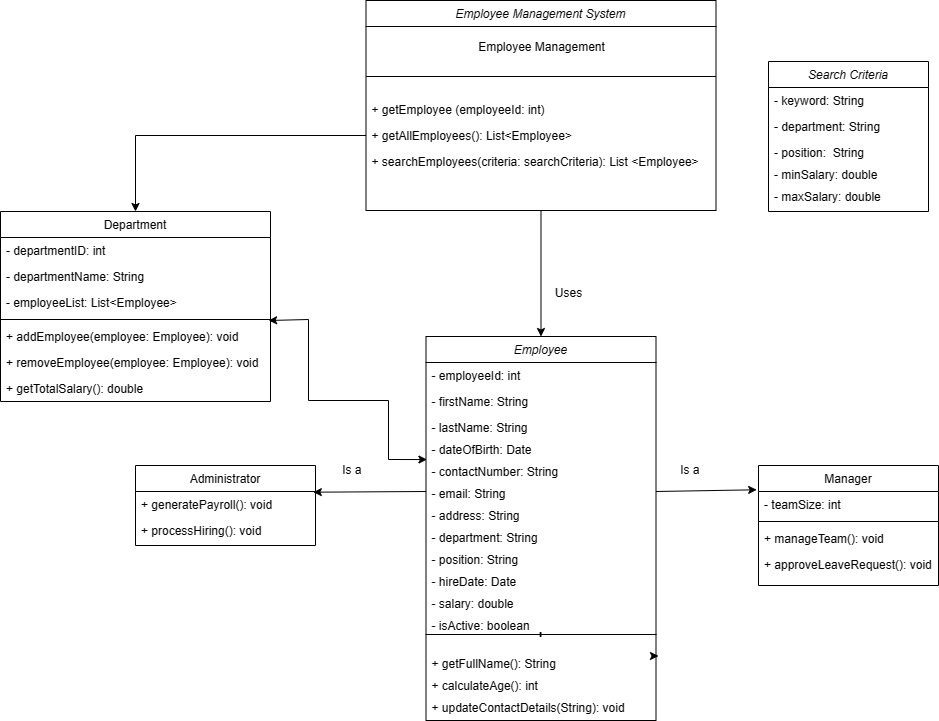
ilten22/SAD keeps this draw.io diagram as Class/classDiagram.drawio.png. Above is the earlier version. Source tidied: cells renumbered, new cells last; positions are measured from the earlier drawing's top-left corner, leaving out a move shared by most shapes.
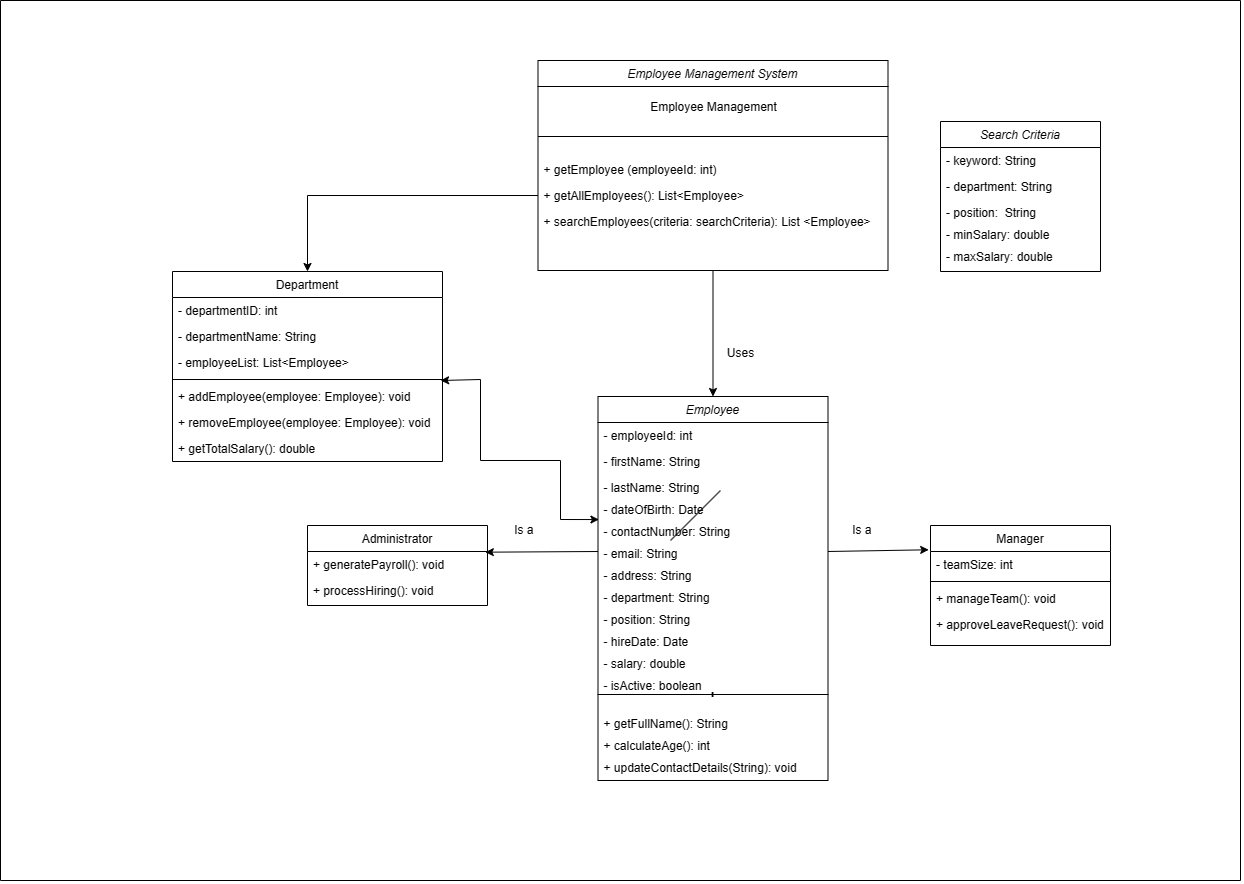
After the commit.

What changed in the source:
```diff
@@ -178,5 +178,35 @@
         </Array>
       </mxGeometry>
     </mxCell>
+    <mxCell id="56" style="endArrow=none;html=1;rounded=0;" parent="1" edge="1">
+      <mxGeometry relative="1" as="geometry">
+        <mxPoint x="498" y="480" as="sourcePoint" />
+        <mxPoint x="548" y="430" as="targetPoint" />
+      </mxGeometry>
+    </mxCell>
+    <mxCell id="57" style="endArrow=none;html=1;rounded=0;" parent="1" edge="1">
+      <mxGeometry relative="1" as="geometry">
+        <mxPoint x="-172" y="820" as="sourcePoint" />
+        <mxPoint x="-172" y="-60" as="targetPoint" />
+      </mxGeometry>
+    </mxCell>
+    <mxCell id="58" style="endArrow=none;html=1;rounded=0;" parent="1" edge="1">
+      <mxGeometry relative="1" as="geometry">
+        <mxPoint x="-172" y="820" as="sourcePoint" />
+        <mxPoint x="1068" y="820" as="targetPoint" />
+      </mxGeometry>
+    </mxCell>
+    <mxCell id="59" style="endArrow=none;html=1;rounded=0;" parent="1" edge="1">
+      <mxGeometry relative="1" as="geometry">
+        <mxPoint x="1068" y="820" as="sourcePoint" />
+        <mxPoint x="1068" y="-60" as="targetPoint" />
+      </mxGeometry>
+    </mxCell>
+    <mxCell id="60" style="endArrow=none;html=1;rounded=0;" parent="1" edge="1">
+      <mxGeometry relative="1" as="geometry">
+        <mxPoint x="-172" y="-60" as="sourcePoint" />
+        <mxPoint x="1068" y="-60" as="targetPoint" />
+      </mxGeometry>
+    </mxCell>
   </root>
 </mxGraphModel>
```
